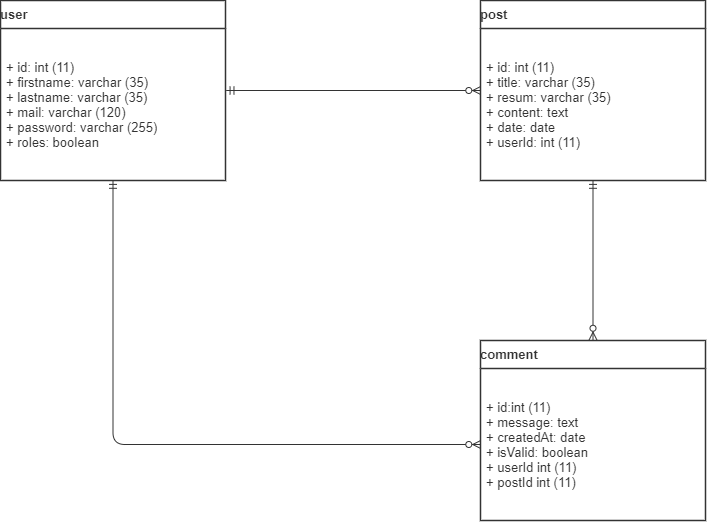
Above: diagrammes/P5_UML_mcd.png in cdiot/blog (draw.io), before the change. Source tidied: cells renumbered, new cells last; positions are measured from the earlier drawing's top-left corner, leaving out a move shared by most shapes. The source it was exported from:
```xml
<mxGraphModel>
  <root>
    <mxCell id="0" />
    <mxCell id="1" parent="0" />
    <mxCell id="2" value="user" style="html=1;overflow=block;blockSpacing=1;whiteSpace=wrap;swimlane;horizontal=1;fontStyle=0;swimlaneFillColor=#ffffff;startSize=28;whiteSpace=wrap;fontSize=13;fontColor=#333333;fontStyle=1;whiteSpace=wrap;align=left;spacing=0;strokeColor=#333333;strokeOpacity=100;strokeWidth=1.5;" parent="1" vertex="1">
      <mxGeometry width="225" height="180" as="geometry" />
    </mxCell>
    <mxCell id="3" value="+ id: int (11)&lt;br&gt;+ firstname: varchar (35)&lt;br&gt;+ lastname: varchar (35)&lt;br&gt;+ mail: varchar (120)&lt;br&gt;+ password: varchar (255)&lt;br&gt;+ roles: boolean" style="html=1;whiteSpace=wrap;strokeColor=none;fillColor=none;align=left;verticalAlign=middle;spacingLeft=4;spacingRight=4;overflow=hidden;swimlaneFillColor=#ffffff;strokeOpacity=100;whiteSpace=wrap;fontSize=13;fontColor=#333333;" parent="2" vertex="1">
      <mxGeometry y="28" width="225" height="152" as="geometry" />
    </mxCell>
    <mxCell id="4" value="post" style="html=1;overflow=block;blockSpacing=1;whiteSpace=wrap;swimlane;horizontal=1;fontStyle=0;swimlaneFillColor=#ffffff;startSize=28;whiteSpace=wrap;fontSize=13;fontColor=#333333;fontStyle=1;whiteSpace=wrap;align=left;spacing=0;strokeColor=#333333;strokeOpacity=100;strokeWidth=1.5;" parent="1" vertex="1">
      <mxGeometry x="480" width="225" height="180" as="geometry" />
    </mxCell>
    <mxCell id="5" value="+ id: int (11)&lt;br&gt;+ title: varchar (35)&lt;br&gt;+ resum: varchar (35)&amp;nbsp;&lt;br&gt;+ content: text&lt;br&gt;+ date: date&lt;br&gt;+ userId: int (11)" style="html=1;whiteSpace=wrap;strokeColor=none;fillColor=none;align=left;verticalAlign=middle;spacingLeft=4;spacingRight=4;overflow=hidden;swimlaneFillColor=#ffffff;strokeOpacity=100;whiteSpace=wrap;fontSize=13;fontColor=#333333;" parent="4" vertex="1">
      <mxGeometry y="28" width="225" height="152" as="geometry" />
    </mxCell>
    <mxCell id="6" style="html=1;jettySize=18;whiteSpace=wrap;fontSize=13;strokeColor=#333333;strokeOpacity=100;strokeWidth=0.8;rounded=1;arcSize=24;edgeStyle=orthogonalEdgeStyle;startArrow=ERzeroToMany;endArrow=ERmandOne;entryX=1.003;entryY=0.5;entryPerimeter=0;startFill=1;endFill=0;" parent="1" edge="1" source="4" target="2">
      <mxGeometry relative="1" as="geometry" />
    </mxCell>
    <mxCell id="7" value="comment" style="html=1;overflow=block;blockSpacing=1;whiteSpace=wrap;swimlane;horizontal=1;fontStyle=0;swimlaneFillColor=#ffffff;startSize=28;whiteSpace=wrap;fontSize=13;fontColor=#333333;fontStyle=1;whiteSpace=wrap;align=left;spacing=0;strokeColor=#333333;strokeOpacity=100;strokeWidth=1.5;" parent="1" vertex="1">
      <mxGeometry x="480" y="340" width="225" height="180" as="geometry" />
    </mxCell>
    <mxCell id="8" value="+ id:int (11)&lt;br&gt;+ message: text&lt;br&gt;+ createdAt: date&lt;br&gt;+ isValid: boolean&lt;br&gt;+ userId int (11)&lt;br&gt;+ postId int (11)" style="html=1;whiteSpace=wrap;strokeColor=none;fillColor=none;align=left;verticalAlign=middle;spacingLeft=4;spacingRight=4;overflow=hidden;points=[[0,0.5],[1,0.5]];portConstraint=eastwest;swimlaneFillColor=#ffffff;strokeOpacity=100;whiteSpace=wrap;fontSize=13;fontColor=#333333;" parent="7" vertex="1">
      <mxGeometry y="28" width="225" height="152" as="geometry" />
    </mxCell>
    <mxCell id="9" style="html=1;jettySize=18;whiteSpace=wrap;fontSize=13;strokeColor=#333333;strokeOpacity=100;strokeWidth=0.8;rounded=1;arcSize=24;edgeStyle=orthogonalEdgeStyle;startArrow=ERmandOne;endArrow=ERzeroToMany;entryX=0.5;entryY=-0.003;entryPerimeter=0;startFill=0;endFill=1;" parent="1" edge="1" source="4" target="7">
      <mxGeometry relative="1" as="geometry" />
    </mxCell>
    <mxCell id="10" style="html=1;jettySize=18;whiteSpace=wrap;fontSize=13;strokeColor=#333333;strokeOpacity=100;strokeWidth=0.8;rounded=1;arcSize=24;edgeStyle=orthogonalEdgeStyle;startArrow=ERzeroToMany;endArrow=ERmandOne;startFill=1;endFill=0;" parent="1" edge="1" source="8" target="2">
      <mxGeometry relative="1" as="geometry" />
    </mxCell>
  </root>
</mxGraphModel>
```
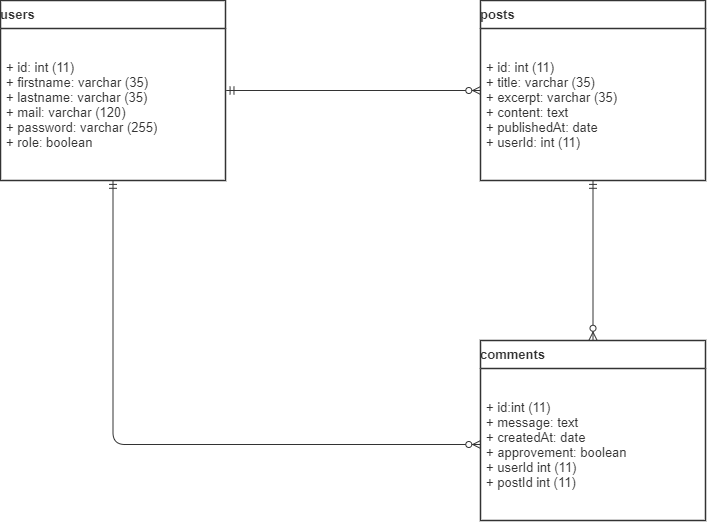
After the commit.

Diff of the diagram source:
```diff
@@ -2,25 +2,25 @@
   <root>
     <mxCell id="0" />
     <mxCell id="1" parent="0" />
-    <mxCell id="2" value="user" style="html=1;overflow=block;blockSpacing=1;whiteSpace=wrap;swimlane;horizontal=1;fontStyle=0;swimlaneFillColor=#ffffff;startSize=28;whiteSpace=wrap;fontSize=13;fontColor=#333333;fontStyle=1;whiteSpace=wrap;align=left;spacing=0;strokeColor=#333333;strokeOpacity=100;strokeWidth=1.5;" parent="1" vertex="1">
+    <mxCell id="2" value="users" style="html=1;overflow=block;blockSpacing=1;whiteSpace=wrap;swimlane;horizontal=1;fontStyle=0;swimlaneFillColor=#ffffff;startSize=28;whiteSpace=wrap;fontSize=13;fontColor=#333333;fontStyle=1;whiteSpace=wrap;align=left;spacing=0;strokeColor=#333333;strokeOpacity=100;strokeWidth=1.5;" parent="1" vertex="1">
       <mxGeometry width="225" height="180" as="geometry" />
     </mxCell>
-    <mxCell id="3" value="+ id: int (11)&lt;br&gt;+ firstname: varchar (35)&lt;br&gt;+ lastname: varchar (35)&lt;br&gt;+ mail: varchar (120)&lt;br&gt;+ password: varchar (255)&lt;br&gt;+ roles: boolean" style="html=1;whiteSpace=wrap;strokeColor=none;fillColor=none;align=left;verticalAlign=middle;spacingLeft=4;spacingRight=4;overflow=hidden;swimlaneFillColor=#ffffff;strokeOpacity=100;whiteSpace=wrap;fontSize=13;fontColor=#333333;" parent="2" vertex="1">
+    <mxCell id="3" value="+ id: int (11)&lt;br&gt;+ firstname: varchar (35)&lt;br&gt;+ lastname: varchar (35)&lt;br&gt;+ mail: varchar (120)&lt;br&gt;+ password: varchar (255)&lt;br&gt;+ role: boolean" style="html=1;whiteSpace=wrap;strokeColor=none;fillColor=none;align=left;verticalAlign=middle;spacingLeft=4;spacingRight=4;overflow=hidden;swimlaneFillColor=#ffffff;strokeOpacity=100;whiteSpace=wrap;fontSize=13;fontColor=#333333;" parent="2" vertex="1">
       <mxGeometry y="28" width="225" height="152" as="geometry" />
     </mxCell>
-    <mxCell id="4" value="post" style="html=1;overflow=block;blockSpacing=1;whiteSpace=wrap;swimlane;horizontal=1;fontStyle=0;swimlaneFillColor=#ffffff;startSize=28;whiteSpace=wrap;fontSize=13;fontColor=#333333;fontStyle=1;whiteSpace=wrap;align=left;spacing=0;strokeColor=#333333;strokeOpacity=100;strokeWidth=1.5;" parent="1" vertex="1">
+    <mxCell id="4" value="posts" style="html=1;overflow=block;blockSpacing=1;whiteSpace=wrap;swimlane;horizontal=1;fontStyle=0;swimlaneFillColor=#ffffff;startSize=28;whiteSpace=wrap;fontSize=13;fontColor=#333333;fontStyle=1;whiteSpace=wrap;align=left;spacing=0;strokeColor=#333333;strokeOpacity=100;strokeWidth=1.5;" parent="1" vertex="1">
       <mxGeometry x="480" width="225" height="180" as="geometry" />
     </mxCell>
-    <mxCell id="5" value="+ id: int (11)&lt;br&gt;+ title: varchar (35)&lt;br&gt;+ resum: varchar (35)&amp;nbsp;&lt;br&gt;+ content: text&lt;br&gt;+ date: date&lt;br&gt;+ userId: int (11)" style="html=1;whiteSpace=wrap;strokeColor=none;fillColor=none;align=left;verticalAlign=middle;spacingLeft=4;spacingRight=4;overflow=hidden;swimlaneFillColor=#ffffff;strokeOpacity=100;whiteSpace=wrap;fontSize=13;fontColor=#333333;" parent="4" vertex="1">
+    <mxCell id="5" value="+ id: int (11)&lt;br&gt;+ title: varchar (35)&lt;br&gt;+ excerpt: varchar (35)&amp;nbsp;&lt;br&gt;+ content: text&lt;br&gt;+ publishedAt: date&lt;br&gt;+ userId: int (11)" style="html=1;whiteSpace=wrap;strokeColor=none;fillColor=none;align=left;verticalAlign=middle;spacingLeft=4;spacingRight=4;overflow=hidden;swimlaneFillColor=#ffffff;strokeOpacity=100;whiteSpace=wrap;fontSize=13;fontColor=#333333;" parent="4" vertex="1">
       <mxGeometry y="28" width="225" height="152" as="geometry" />
     </mxCell>
     <mxCell id="6" style="html=1;jettySize=18;whiteSpace=wrap;fontSize=13;strokeColor=#333333;strokeOpacity=100;strokeWidth=0.8;rounded=1;arcSize=24;edgeStyle=orthogonalEdgeStyle;startArrow=ERzeroToMany;endArrow=ERmandOne;entryX=1.003;entryY=0.5;entryPerimeter=0;startFill=1;endFill=0;" parent="1" edge="1" source="4" target="2">
       <mxGeometry relative="1" as="geometry" />
     </mxCell>
-    <mxCell id="7" value="comment" style="html=1;overflow=block;blockSpacing=1;whiteSpace=wrap;swimlane;horizontal=1;fontStyle=0;swimlaneFillColor=#ffffff;startSize=28;whiteSpace=wrap;fontSize=13;fontColor=#333333;fontStyle=1;whiteSpace=wrap;align=left;spacing=0;strokeColor=#333333;strokeOpacity=100;strokeWidth=1.5;" parent="1" vertex="1">
+    <mxCell id="7" value="comments" style="html=1;overflow=block;blockSpacing=1;whiteSpace=wrap;swimlane;horizontal=1;fontStyle=0;swimlaneFillColor=#ffffff;startSize=28;whiteSpace=wrap;fontSize=13;fontColor=#333333;fontStyle=1;whiteSpace=wrap;align=left;spacing=0;strokeColor=#333333;strokeOpacity=100;strokeWidth=1.5;" parent="1" vertex="1">
       <mxGeometry x="480" y="340" width="225" height="180" as="geometry" />
     </mxCell>
-    <mxCell id="8" value="+ id:int (11)&lt;br&gt;+ message: text&lt;br&gt;+ createdAt: date&lt;br&gt;+ isValid: boolean&lt;br&gt;+ userId int (11)&lt;br&gt;+ postId int (11)" style="html=1;whiteSpace=wrap;strokeColor=none;fillColor=none;align=left;verticalAlign=middle;spacingLeft=4;spacingRight=4;overflow=hidden;points=[[0,0.5],[1,0.5]];portConstraint=eastwest;swimlaneFillColor=#ffffff;strokeOpacity=100;whiteSpace=wrap;fontSize=13;fontColor=#333333;" parent="7" vertex="1">
+    <mxCell id="8" value="+ id:int (11)&lt;br&gt;+ message: text&lt;br&gt;+ createdAt: date&lt;br&gt;+ approvement: boolean&lt;br&gt;+ userId int (11)&lt;br&gt;+ postId int (11)" style="html=1;whiteSpace=wrap;strokeColor=none;fillColor=none;align=left;verticalAlign=middle;spacingLeft=4;spacingRight=4;overflow=hidden;points=[[0,0.5],[1,0.5]];portConstraint=eastwest;swimlaneFillColor=#ffffff;strokeOpacity=100;whiteSpace=wrap;fontSize=13;fontColor=#333333;" parent="7" vertex="1">
       <mxGeometry y="28" width="225" height="152" as="geometry" />
     </mxCell>
     <mxCell id="9" style="html=1;jettySize=18;whiteSpace=wrap;fontSize=13;strokeColor=#333333;strokeOpacity=100;strokeWidth=0.8;rounded=1;arcSize=24;edgeStyle=orthogonalEdgeStyle;startArrow=ERmandOne;endArrow=ERzeroToMany;entryX=0.5;entryY=-0.003;entryPerimeter=0;startFill=0;endFill=1;" parent="1" edge="1" source="4" target="7">
```
